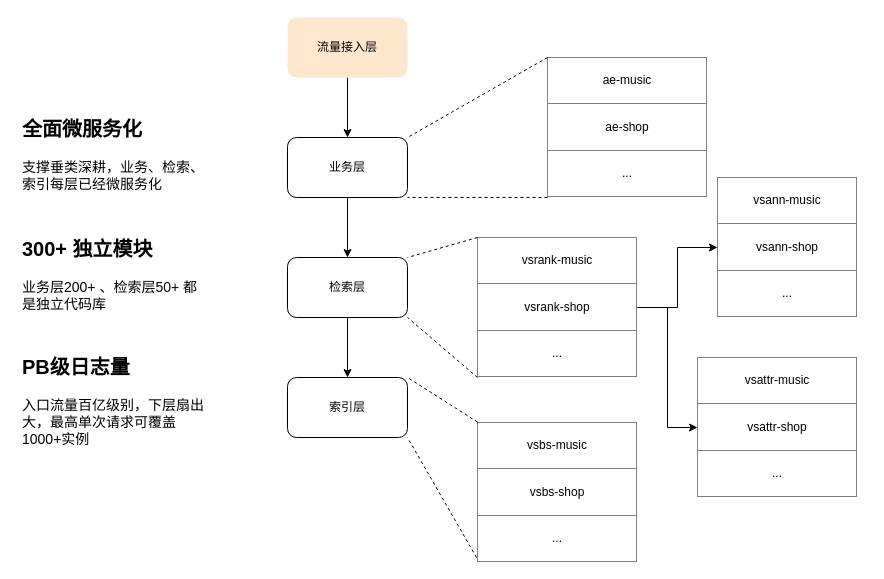
The draw.io diagram frontend/中台架构.drawio in qdore/ubold, before the edit. Source tidied: cells renumbered, new cells numbered last; positions are measured from the earlier drawing's top-left corner, leaving out a move shared by most shapes. Both pictures are drawn from the tidied source at 100%, with x=0, y=0 at pixel (17, 17).
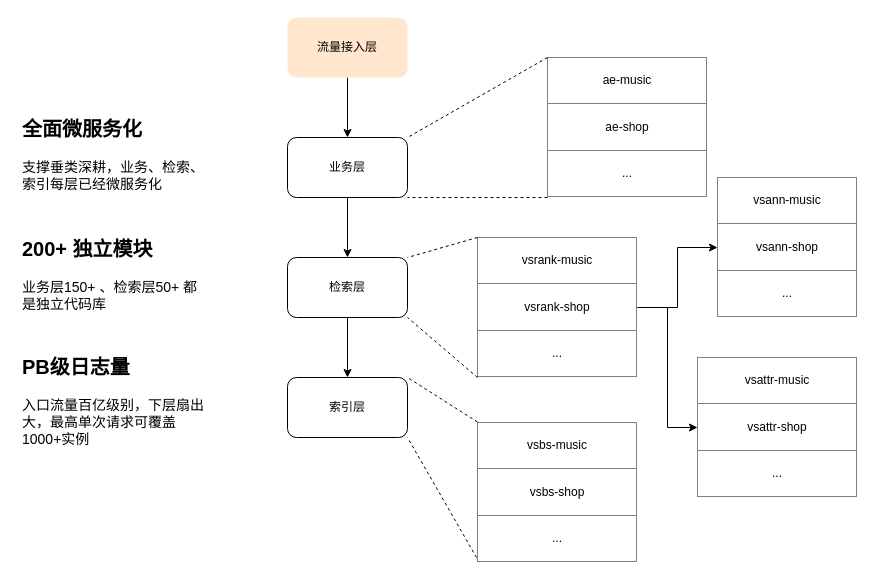
The same diagram, later.

The edit, as a diff of the source:
```diff
@@
-    <mxCell id="2" value="&lt;h1&gt;&lt;span style=&quot;font-size: 20px&quot;&gt;300+ 独立模块&lt;/span&gt;&lt;br&gt;&lt;/h1&gt;&lt;p&gt;&lt;span style=&quot;font-size: 14px&quot;&gt;业务层200+ 、检索层50+ 都是&lt;/span&gt;&lt;span style=&quot;font-size: 14px&quot;&gt;独立代码库&lt;/span&gt;&lt;/p&gt;" style="text;html=1;strokeColor=none;fillColor=none;spacing=5;spacingTop=-20;whiteSpace=wrap;overflow=hidden;rounded=0;" parent="1" vertex="1">
+    <mxCell id="2" value="&lt;h1&gt;&lt;span style=&quot;font-size: 20px&quot;&gt;200+ 独立模块&lt;/span&gt;&lt;br&gt;&lt;/h1&gt;&lt;p&gt;&lt;span style=&quot;font-size: 14px&quot;&gt;业务层150+ 、检索层50+ 都是&lt;/span&gt;&lt;span style=&quot;font-size: 14px&quot;&gt;独立代码库&lt;/span&gt;&lt;/p&gt;" style="text;html=1;strokeColor=none;fillColor=none;spacing=5;spacingTop=-20;whiteSpace=wrap;overflow=hidden;rounded=0;" parent="1" vertex="1">
       <mxGeometry y="211" width="190" height="90" as="geometry" />
     </mxCell>
```
